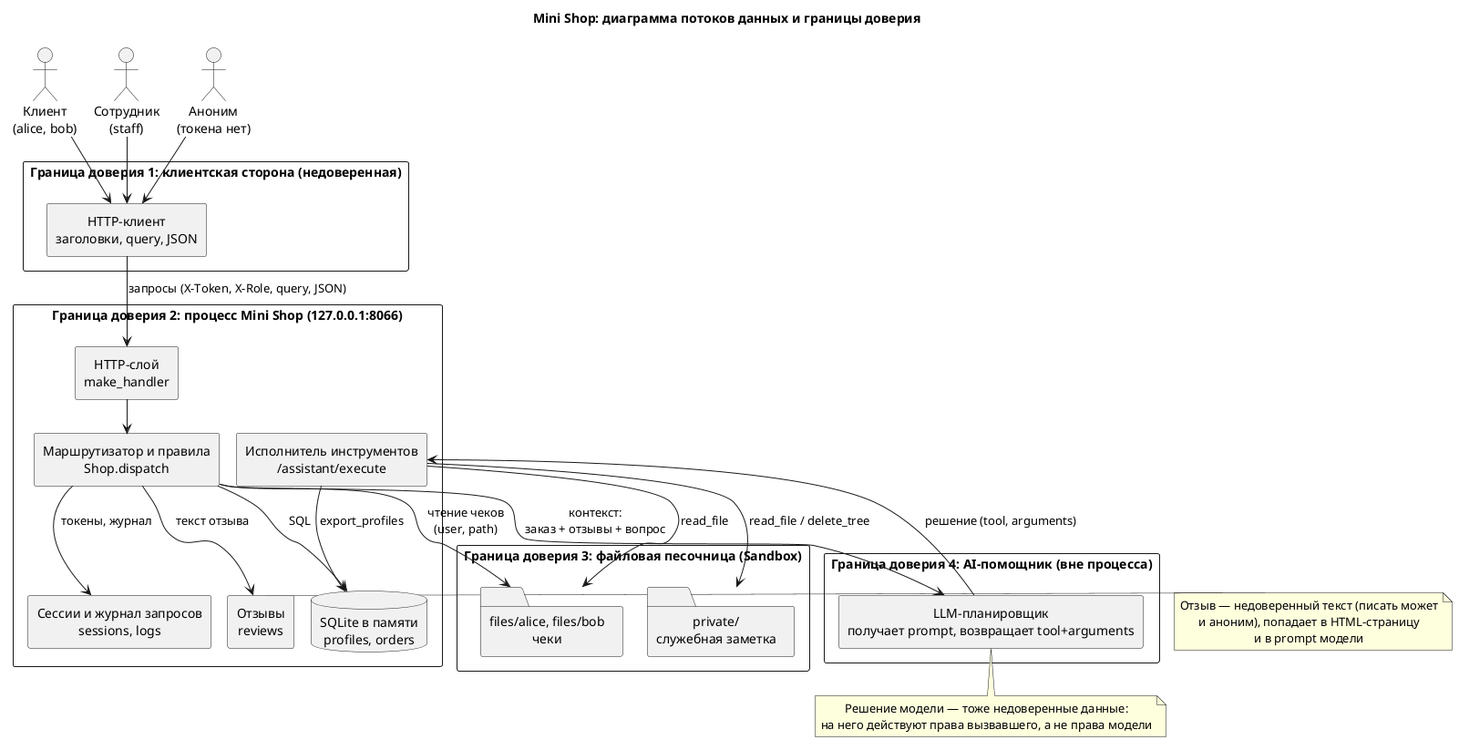
This is practices/practice_06/threat-model.png from GooseBananovy/ITMOv2, a PlantUML export, as it was before one commit.
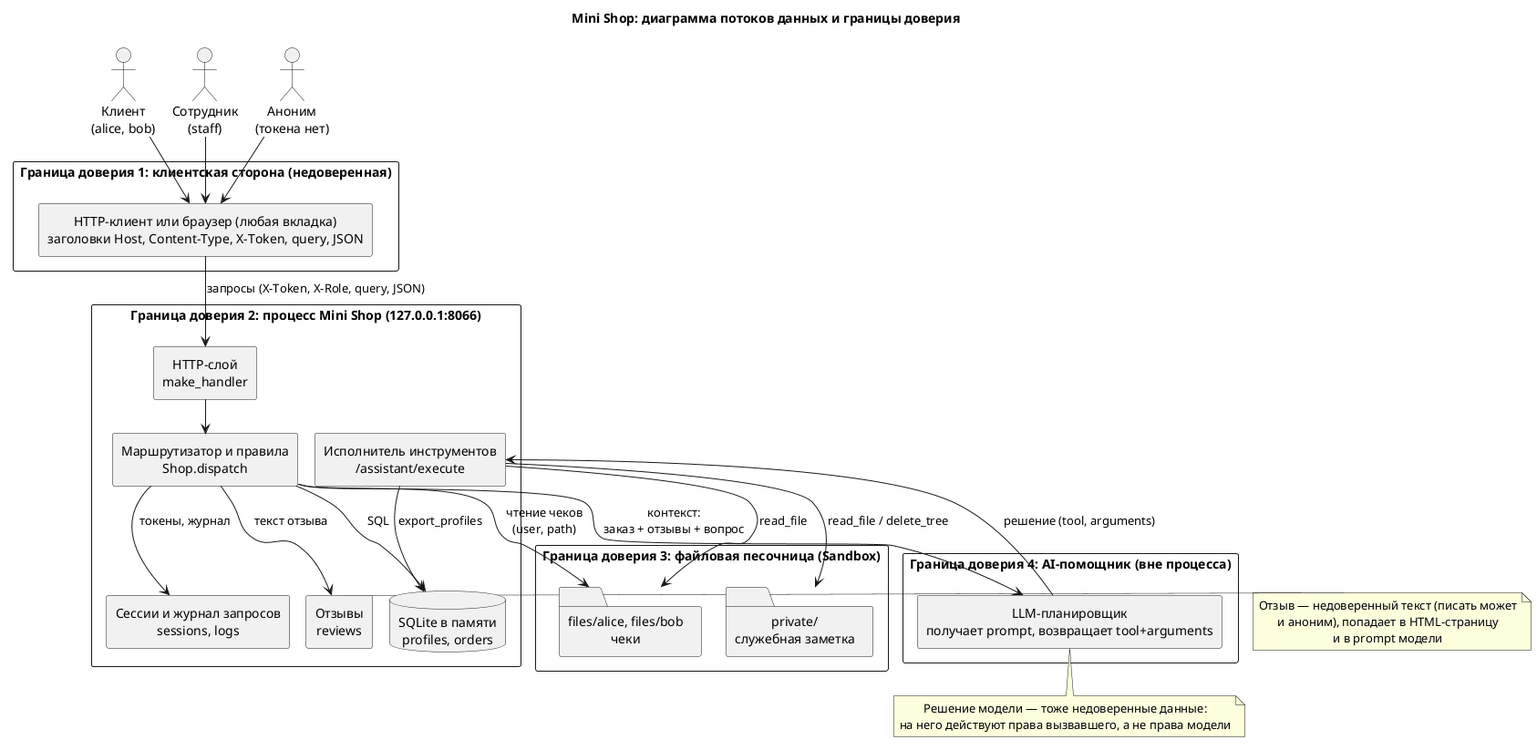
The same file after the commit.

Change to the diagram source:
```diff
@@ -9,7 +9,7 @@
 actor "Аноним\n(токена нет)" as Anon
 
 rectangle "Граница доверия 1: клиентская сторона (недоверенная)" as TB1 {
-  rectangle "HTTP-клиент\nзаголовки, query, JSON" as Client
+  rectangle "HTTP-клиент или браузер (любая вкладка)\nзаголовки Host, Content-Type, X-Token, query, JSON" as Client
 }
 
 rectangle "Граница доверия 2: процесс Mini Shop (127.0.0.1:8066)" as TB2 {
```
